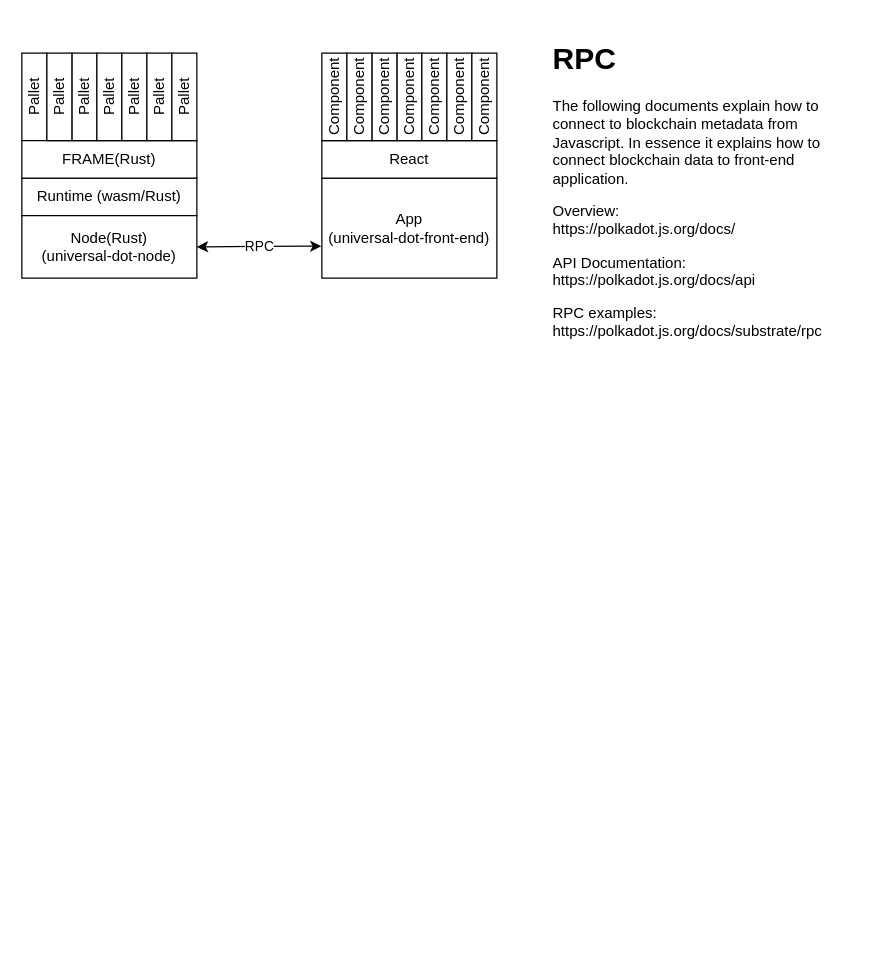
The draw.io diagram designs/architecture/Component_Architecture.drawio in UniversalDot/documents, before the edit. Source tidied: cells renumbered, new cells numbered last; positions are measured from the earlier drawing's top-left corner, leaving out a move shared by most shapes. Both pictures are drawn from the tidied source at 125%, with x=0, y=0 at pixel (21, 34).
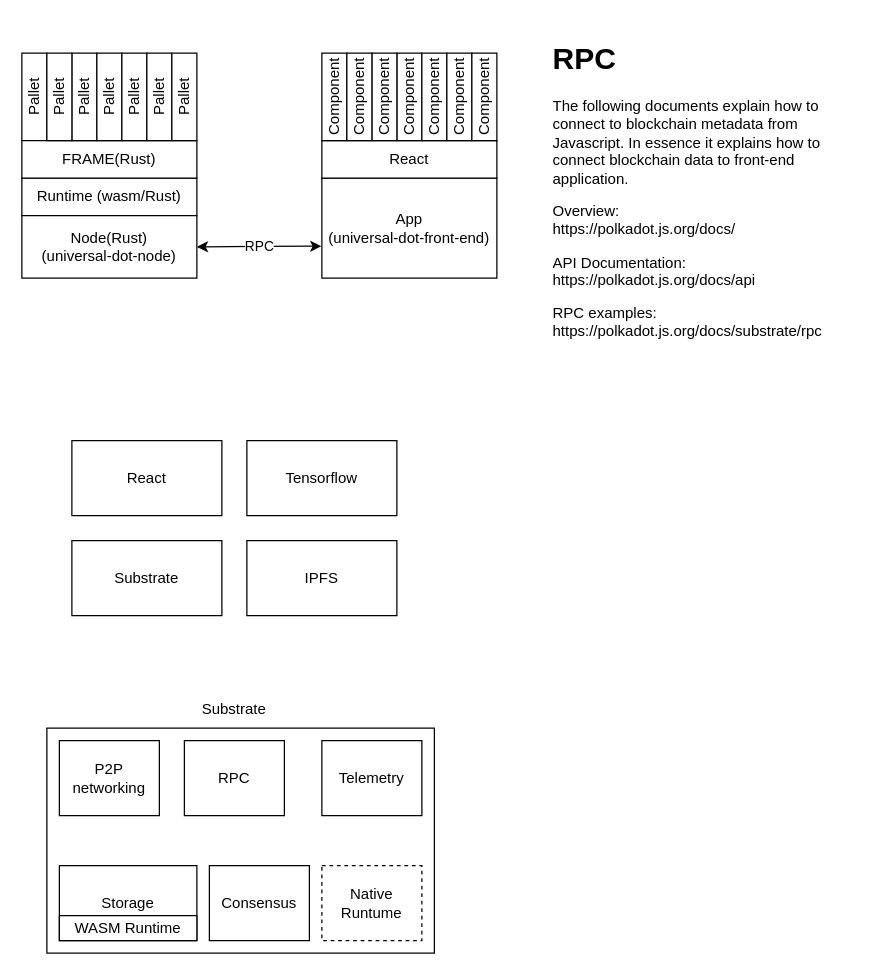
After the change.

What changed in the source:
```diff
@@
+    <mxCell id="23" value="React" style="rounded=0;whiteSpace=wrap;html=1;" parent="1" vertex="1">
+      <mxGeometry x="40" y="325" width="120" height="60" as="geometry" />
+    </mxCell>
+    <mxCell id="24" value="Tensorflow" style="rounded=0;whiteSpace=wrap;html=1;" parent="1" vertex="1">
+      <mxGeometry x="180" y="325" width="120" height="60" as="geometry" />
+    </mxCell>
+    <mxCell id="25" value="IPFS" style="rounded=0;whiteSpace=wrap;html=1;" parent="1" vertex="1">
+      <mxGeometry x="180" y="405" width="120" height="60" as="geometry" />
+    </mxCell>
+    <mxCell id="26" value="Substrate" style="rounded=0;whiteSpace=wrap;html=1;" parent="1" vertex="1">
+      <mxGeometry x="40" y="405" width="120" height="60" as="geometry" />
+    </mxCell>
+    <mxCell id="27" style="rounded=0;whiteSpace=wrap;html=1;" parent="1" vertex="1">
+      <mxGeometry x="20" y="555" width="310" height="180" as="geometry" />
+    </mxCell>
+    <mxCell id="28" value="Substrate" style="text;html=1;strokeColor=none;fillColor=none;align=center;verticalAlign=middle;whiteSpace=wrap;rounded=0;" parent="1" vertex="1">
+      <mxGeometry x="140" y="525" width="60" height="30" as="geometry" />
+    </mxCell>
+    <mxCell id="29" value="Storage" style="rounded=0;whiteSpace=wrap;html=1;" parent="1" vertex="1">
+      <mxGeometry x="30" y="665" width="110" height="60" as="geometry" />
+    </mxCell>
+    <mxCell id="30" value="WASM Runtime" style="rounded=0;whiteSpace=wrap;html=1;" parent="1" vertex="1">
+      <mxGeometry x="30" y="705" width="110" height="20" as="geometry" />
+    </mxCell>
+    <mxCell id="31" value="Consensus" style="rounded=0;whiteSpace=wrap;html=1;" parent="1" vertex="1">
+      <mxGeometry x="150" y="665" width="80" height="60" as="geometry" />
+    </mxCell>
+    <mxCell id="32" value="P2P networking" style="rounded=0;whiteSpace=wrap;html=1;" parent="1" vertex="1">
+      <mxGeometry x="30" y="565" width="80" height="60" as="geometry" />
+    </mxCell>
+    <mxCell id="33" value="RPC" style="rounded=0;whiteSpace=wrap;html=1;" parent="1" vertex="1">
+      <mxGeometry x="130" y="565" width="80" height="60" as="geometry" />
+    </mxCell>
+    <mxCell id="34" value="Telemetry" style="rounded=0;whiteSpace=wrap;html=1;" parent="1" vertex="1">
+      <mxGeometry x="240" y="565" width="80" height="60" as="geometry" />
+    </mxCell>
+    <mxCell id="35" value="Native Runtume" style="rounded=0;whiteSpace=wrap;html=1;dashed=1;" parent="1" vertex="1">
+      <mxGeometry x="240" y="665" width="80" height="60" as="geometry" />
+    </mxCell>
```
